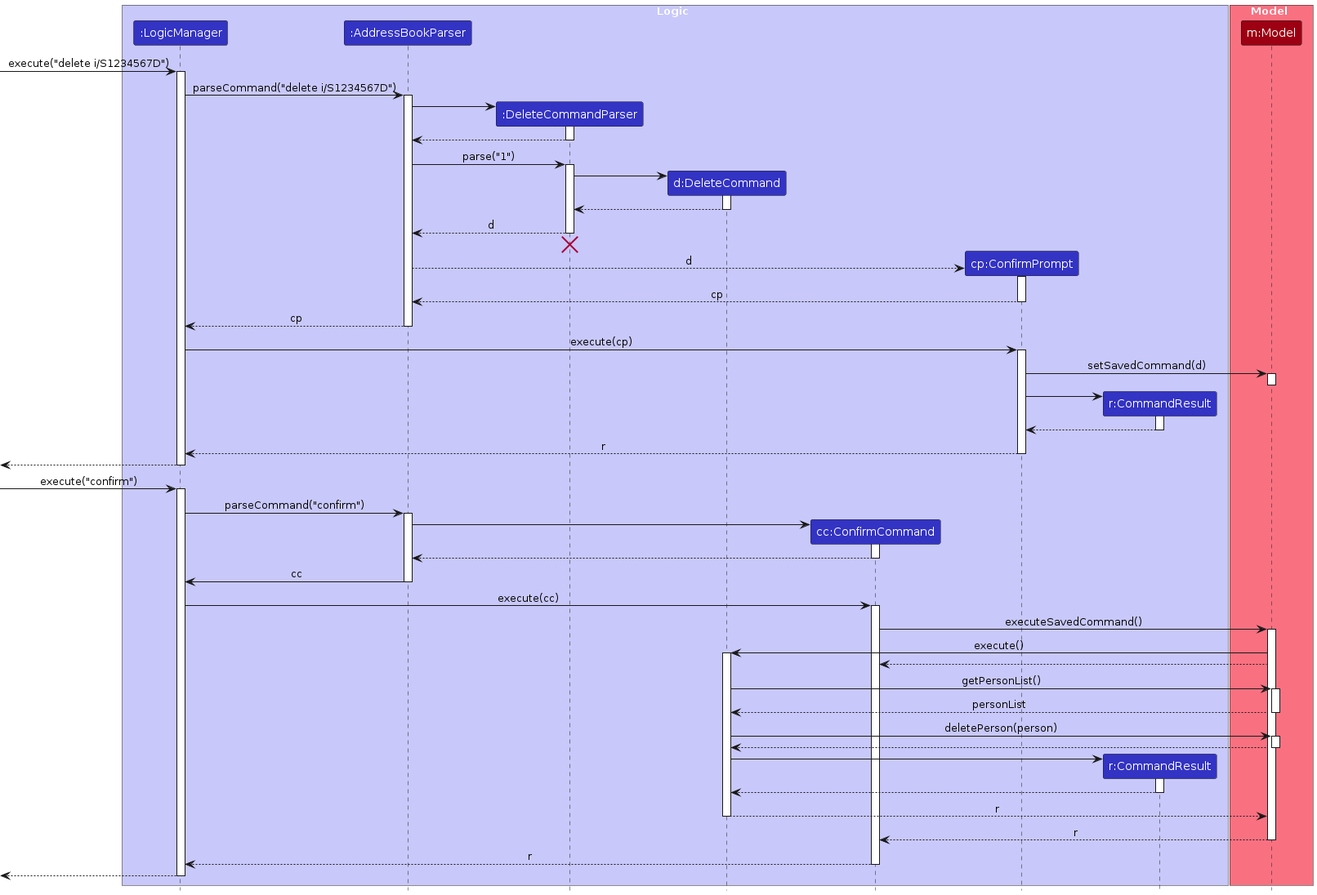
Earlier version of the PlantUML export diagrams/DeleteSequenceDiagram.png (AY2425S1-CS2103T-W13-3/tp). Its source is kept beside it as diagrams/DeleteSequenceDiagram.puml. Source of this version:
```plantuml
@startuml
!include style.puml
skinparam ArrowFontStyle plain

box Logic LOGIC_COLOR_T1
participant ":LogicManager" as LogicManager LOGIC_COLOR
participant ":AddressBookParser" as AddressBookParser LOGIC_COLOR
participant ":DeleteCommandParser" as DeleteCommandParser LOGIC_COLOR
participant "d:DeleteCommand" as DeleteCommand LOGIC_COLOR
participant "cc:ConfirmCommand" as ConfirmCommand LOGIC_COLOR
participant "cp:ConfirmPrompt" as ConfirmPrompt LOGIC_COLOR
participant "r:CommandResult" as CommandResult LOGIC_COLOR
end box

box Model MODEL_COLOR_T1
participant "m:Model" as Model MODEL_COLOR
end box

[-> LogicManager : execute("delete i/S1234567D")
activate LogicManager

LogicManager -> AddressBookParser : parseCommand("delete i/S1234567D")
activate AddressBookParser

create DeleteCommandParser
AddressBookParser -> DeleteCommandParser
activate DeleteCommandParser

DeleteCommandParser --> AddressBookParser
deactivate DeleteCommandParser

AddressBookParser -> DeleteCommandParser : parse("1")
activate DeleteCommandParser

create DeleteCommand
DeleteCommandParser -> DeleteCommand
activate DeleteCommand

DeleteCommand --> DeleteCommandParser :
deactivate DeleteCommand

DeleteCommandParser --> AddressBookParser : d
deactivate DeleteCommandParser
DeleteCommandParser -[hidden]-> AddressBookParser
destroy DeleteCommandParser

create ConfirmPrompt
AddressBookParser --> ConfirmPrompt : d
activate ConfirmPrompt

ConfirmPrompt --> AddressBookParser : cp
deactivate ConfirmPrompt

AddressBookParser --> LogicManager : cp
deactivate AddressBookParser

LogicManager -> ConfirmPrompt : execute(cp)
activate ConfirmPrompt

ConfirmPrompt -> Model : setSavedCommand(d)
activate Model

Model -[hidden]-> ConfirmPrompt
deactivate Model

create CommandResult
ConfirmPrompt -> CommandResult
activate CommandResult

CommandResult --> ConfirmPrompt
deactivate CommandResult

ConfirmPrompt --> LogicManager : r
deactivate ConfirmPrompt

[<--LogicManager
deactivate LogicManager

[-> LogicManager : execute("confirm")
activate LogicManager

LogicManager -> AddressBookParser : parseCommand("confirm")
activate AddressBookParser

create ConfirmCommand
AddressBookParser -> ConfirmCommand
activate ConfirmCommand

ConfirmCommand --> AddressBookParser
deactivate ConfirmCommand

AddressBookParser -> LogicManager : cc
deactivate AddressBookParser

LogicManager -> ConfirmCommand : execute(cc)
activate ConfirmCommand

ConfirmCommand -> Model : executeSavedCommand()
activate Model

Model -> DeleteCommand : execute()
activate DeleteCommand

Model --> ConfirmCommand

DeleteCommand -> Model : getPersonList()
activate Model

Model --> DeleteCommand : personList
deactivate Model

DeleteCommand -> Model : deletePerson(person)
activate Model

Model --> DeleteCommand
deactivate Model

create CommandResult
DeleteCommand -> CommandResult
activate CommandResult

CommandResult --> DeleteCommand
deactivate CommandResult

DeleteCommand --> Model : r
deactivate DeleteCommand

Model --> ConfirmCommand : r
deactivate Model

ConfirmCommand --> LogicManager : r
deactivate ConfirmCommand

[<--LogicManager
deactivate LogicManager
@enduml
```
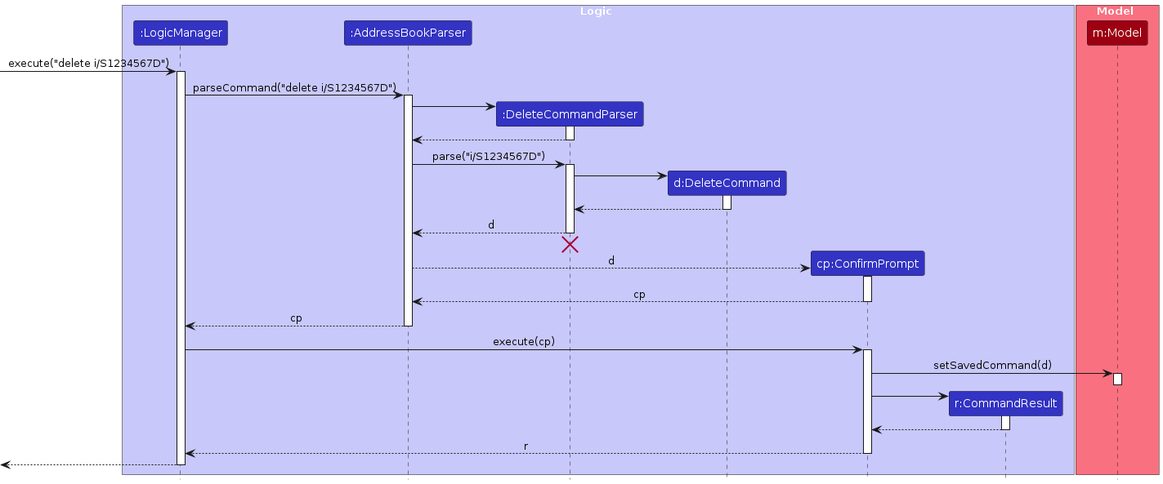
The same diagram one commit later.

Change to the diagram source:
```diff
@@ -7,7 +7,6 @@
 participant ":AddressBookParser" as AddressBookParser LOGIC_COLOR
 participant ":DeleteCommandParser" as DeleteCommandParser LOGIC_COLOR
 participant "d:DeleteCommand" as DeleteCommand LOGIC_COLOR
-participant "cc:ConfirmCommand" as ConfirmCommand LOGIC_COLOR
 participant "cp:ConfirmPrompt" as ConfirmPrompt LOGIC_COLOR
 participant "r:CommandResult" as CommandResult LOGIC_COLOR
 end box
@@ -29,7 +28,7 @@
 DeleteCommandParser --> AddressBookParser
 deactivate DeleteCommandParser
 
-AddressBookParser -> DeleteCommandParser : parse("1")
+AddressBookParser -> DeleteCommandParser : parse("i/S1234567D")
 activate DeleteCommandParser
 
 create DeleteCommand
@@ -76,61 +75,4 @@
 [<--LogicManager
 deactivate LogicManager
 
-[-> LogicManager : execute("confirm")
-activate LogicManager
-
-LogicManager -> AddressBookParser : parseCommand("confirm")
-activate AddressBookParser
-
-create ConfirmCommand
-AddressBookParser -> ConfirmCommand
-activate ConfirmCommand
-
-ConfirmCommand --> AddressBookParser
-deactivate ConfirmCommand
-
-AddressBookParser -> LogicManager : cc
-deactivate AddressBookParser
-
-LogicManager -> ConfirmCommand : execute(cc)
-activate ConfirmCommand
-
-ConfirmCommand -> Model : executeSavedCommand()
-activate Model
-
-Model -> DeleteCommand : execute()
-activate DeleteCommand
-
-Model --> ConfirmCommand
-
-DeleteCommand -> Model : getPersonList()
-activate Model
-
-Model --> DeleteCommand : personList
-deactivate Model
-
-DeleteCommand -> Model : deletePerson(person)
-activate Model
-
-Model --> DeleteCommand
-deactivate Model
-
-create CommandResult
-DeleteCommand -> CommandResult
-activate CommandResult
-
-CommandResult --> DeleteCommand
-deactivate CommandResult
-
-DeleteCommand --> Model : r
-deactivate DeleteCommand
-
-Model --> ConfirmCommand : r
-deactivate Model
-
-ConfirmCommand --> LogicManager : r
-deactivate ConfirmCommand
-
-[<--LogicManager
-deactivate LogicManager
 @enduml
```
